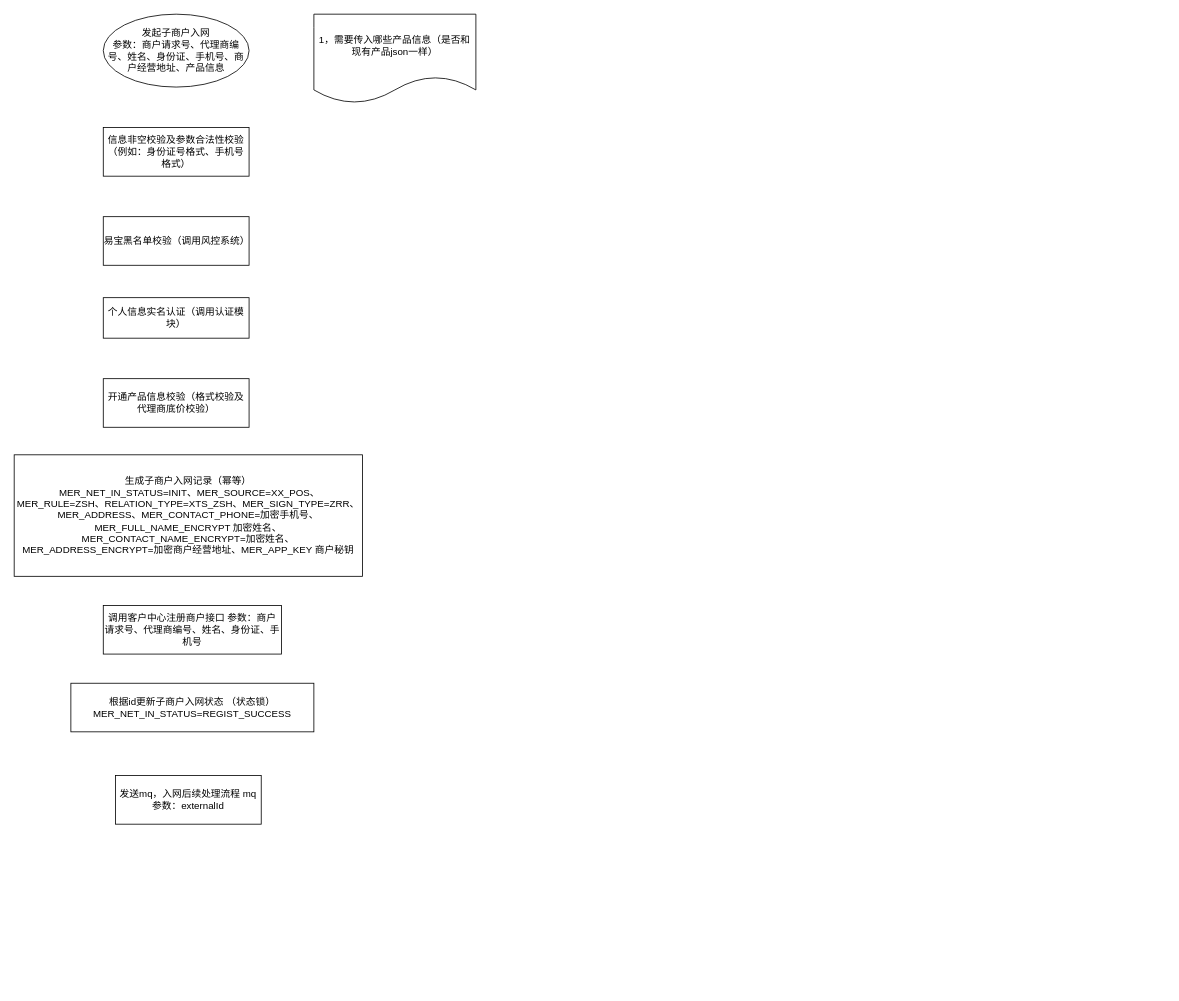
Above: 子商户入网流程图.drawio in cp0802/drawioRep (draw.io), before the change. Source tidied: cells renumbered, new cells numbered last; positions are measured from the earlier drawing's top-left corner, leaving out a move shared by most shapes. Both pictures are drawn from the tidied source at 81%, with x=0, y=0 at pixel (14, 14).
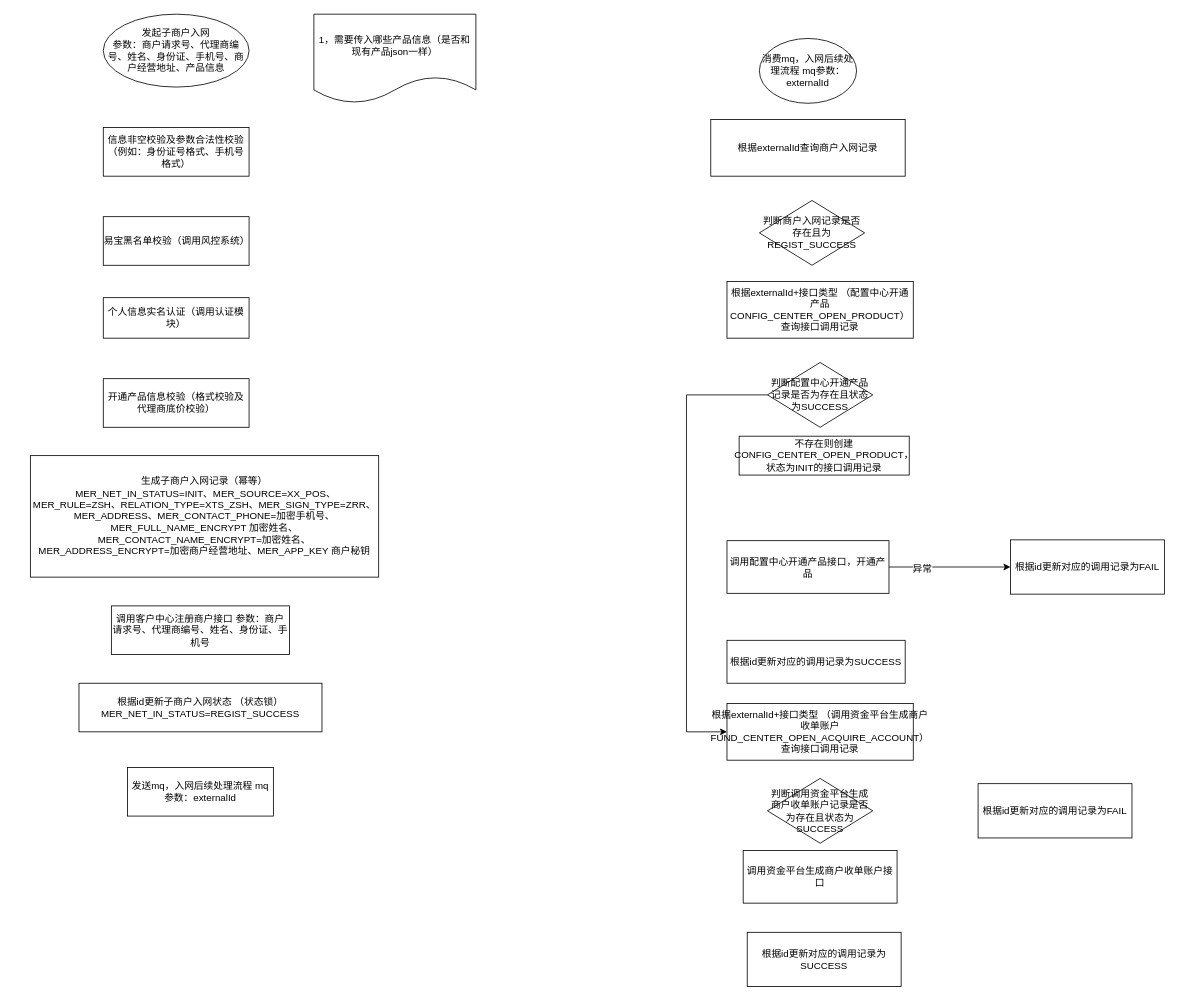
Above is the later version.

Commit message:
Update 子商户入网流程图.drawio

Diff of the diagram source:
```diff
@@
     <mxCell id="8" value="&lt;span&gt;调用客户中心注册商户接口 参数：商户&lt;/span&gt;&lt;span&gt;请求号、代理商编号、姓名、身份证、手机号&lt;/span&gt;&lt;span&gt;&lt;br&gt;&lt;/span&gt;" style="rounded=0;whiteSpace=wrap;html=1;" parent="1" vertex="1">
-      <mxGeometry x="110" y="730" width="220" height="60" as="geometry" />
+      <mxGeometry x="120" y="730.5" width="220" height="60" as="geometry" />
     </mxCell>
     <mxCell id="9" value="生成子商户入网记录（幂等）&lt;br&gt;&amp;nbsp;&lt;span&gt;MER_NET_IN_STATUS=INIT、&lt;/span&gt;&lt;span&gt;MER_SOURCE=XX_POS、&lt;br&gt;&lt;/span&gt;&lt;span&gt;MER_RULE=&lt;/span&gt;&lt;span&gt;ZSH、&lt;/span&gt;&lt;span&gt;RELATION_TYPE=&lt;/span&gt;&lt;span&gt;XTS_ZSH&lt;/span&gt;、MER_SIGN_TYPE=&lt;span&gt;ZRR、&lt;/span&gt;&lt;span&gt;MER_ADDRESS、&lt;/span&gt;&lt;span&gt;MER_CONTACT_PHONE=加密手机号、&lt;/span&gt;&lt;span&gt;MER_FULL_NAME_ENCRYPT 加密姓名、&lt;/span&gt;&lt;span&gt;MER_CONTACT_NAME_ENCRYPT=加密姓名、&lt;/span&gt;&lt;span&gt;&lt;br&gt;&lt;/span&gt;&lt;span&gt;MER_ADDRESS_ENCRYPT=加密商户经营地址、&lt;/span&gt;&lt;span&gt;MER_APP_KEY 商户秘钥&lt;/span&gt;" style="rounded=0;whiteSpace=wrap;html=1;" parent="1" vertex="1">
-      <mxGeometry y="544" width="430" height="150" as="geometry" />
+      <mxGeometry x="20" y="545" width="430" height="150" as="geometry" />
     </mxCell>
     <mxCell id="10" value="根据id更新子商户入网状态 （状态锁）MER_NET_IN_STATUS=&lt;span&gt;REGIST_SUCCESS&lt;/span&gt;" style="rounded=0;whiteSpace=wrap;html=1;" parent="1" vertex="1">
-      <mxGeometry x="70" y="826" width="300" height="60" as="geometry" />
+      <mxGeometry x="80" y="826" width="300" height="60" as="geometry" />
     </mxCell>
     <mxCell id="11" value="发送mq，入网后续处理流程 mq参数：externalId" style="rounded=0;whiteSpace=wrap;html=1;" parent="1" vertex="1">
-      <mxGeometry x="125" y="940" width="180" height="60" as="geometry" />
+      <mxGeometry x="140" y="930" width="180" height="60" as="geometry" />
     </mxCell>
+    <mxCell id="12" value="&lt;span&gt;消费mq，入网后续处理流程 mq参数：externalId&lt;/span&gt;" style="ellipse;whiteSpace=wrap;html=1;" parent="1" vertex="1">
+      <mxGeometry x="920" y="30" width="120" height="80" as="geometry" />
+    </mxCell>
+    <mxCell id="13" value="根据externalId+接口类型 （配置中心开通产品CONFIG_CENTER_OPEN_PRODUCT）查询接口调用记录&lt;br&gt;" style="rounded=0;whiteSpace=wrap;html=1;" parent="1" vertex="1">
+      <mxGeometry x="880" y="330" width="230" height="70" as="geometry" />
+    </mxCell>
+    <mxCell id="14" style="edgeStyle=orthogonalEdgeStyle;rounded=0;jettySize=auto;html=1;entryX=0;entryY=0.5;entryDx=0;entryDy=0;" parent="1" edge="1" source="15" target="21">
+      <mxGeometry relative="1" as="geometry">
+        <Array as="points">
+          <mxPoint x="830" y="470" />
+          <mxPoint x="830" y="886" />
+        </Array>
+      </mxGeometry>
+    </mxCell>
+    <mxCell id="15" value="判断配置中心开通产品记录是否为存在且状态为SUCCESS" style="rhombus;whiteSpace=wrap;html=1;" parent="1" vertex="1">
+      <mxGeometry x="930" y="430" width="130" height="80" as="geometry" />
+    </mxCell>
+    <mxCell id="16" style="edgeStyle=orthogonalEdgeStyle;rounded=0;jettySize=auto;html=1;" parent="1" edge="1" source="18" target="25">
+      <mxGeometry relative="1" as="geometry" />
+    </mxCell>
+    <mxCell id="17" value="异常" style="text;html=1;align=center;verticalAlign=middle;labelBackgroundColor=#ffffff;" parent="16" vertex="1">
+      <mxGeometry x="-0.47" y="-2" relative="1" as="geometry" />
+    </mxCell>
+    <mxCell id="18" value="调用配置中心开通产品接口，开通产品" style="rounded=0;whiteSpace=wrap;html=1;" parent="1" vertex="1">
+      <mxGeometry x="880" y="650" width="200" height="65" as="geometry" />
+    </mxCell>
+    <mxCell id="19" value="根据externalId查询商户入网记录" style="rounded=0;whiteSpace=wrap;html=1;" parent="1" vertex="1">
+      <mxGeometry x="860" y="130" width="240" height="70" as="geometry" />
+    </mxCell>
+    <mxCell id="20" value="判断商户入网记录是否存在且为REGIST_SUCCESS" style="rhombus;whiteSpace=wrap;html=1;" parent="1" vertex="1">
+      <mxGeometry x="920" y="230" width="130" height="80" as="geometry" />
+    </mxCell>
+    <mxCell id="21" value="根据externalId+接口类型 （&lt;span&gt;调用资金平台生成商户收单账户FUND&lt;/span&gt;_CENTER_OPEN_&lt;span&gt;ACQUIRE_ACCOUNT&lt;/span&gt;）查询接口调用记录&lt;br&gt;" style="rounded=0;whiteSpace=wrap;html=1;" parent="1" vertex="1">
+      <mxGeometry x="880" y="851" width="230" height="70" as="geometry" />
+    </mxCell>
+    <mxCell id="22" value="判断调用资金平台生成商户收单账户记录是否为存在且状态为SUCCESS" style="rhombus;whiteSpace=wrap;html=1;" parent="1" vertex="1">
+      <mxGeometry x="930" y="943.5" width="130" height="80" as="geometry" />
+    </mxCell>
+    <mxCell id="23" value="调用资金平台生成商户收单账户接口&lt;br&gt;" style="rounded=0;whiteSpace=wrap;html=1;" parent="1" vertex="1">
+      <mxGeometry x="900" y="1032.5" width="190" height="65" as="geometry" />
+    </mxCell>
+    <mxCell id="24" value="根据id更新对应的调用记录为SUCCESS" style="rounded=0;whiteSpace=wrap;html=1;" parent="1" vertex="1">
+      <mxGeometry x="880" y="773" width="220" height="53" as="geometry" />
+    </mxCell>
+    <mxCell id="25" value="根据id更新对应的调用记录为FAIL" style="rounded=0;whiteSpace=wrap;html=1;" parent="1" vertex="1">
+      <mxGeometry x="1230" y="649" width="190" height="67" as="geometry" />
+    </mxCell>
+    <mxCell id="26" value="根据id更新对应的调用记录为FAIL" style="rounded=0;whiteSpace=wrap;html=1;" parent="1" vertex="1">
+      <mxGeometry x="1190" y="950" width="190" height="67" as="geometry" />
+    </mxCell>
+    <mxCell id="27" value="根据id更新对应的调用记录为SUCCESS" style="rounded=0;whiteSpace=wrap;html=1;" parent="1" vertex="1">
+      <mxGeometry x="905" y="1133.5" width="190" height="67" as="geometry" />
+    </mxCell>
+    <mxCell id="28" value="不存在则创建CONFIG_CENTER_OPEN_PRODUCT，状态为INIT的接口调用记录" style="rounded=0;whiteSpace=wrap;html=1;" parent="1" vertex="1">
+      <mxGeometry x="895" y="521" width="210" height="48" as="geometry" />
+    </mxCell>
```
